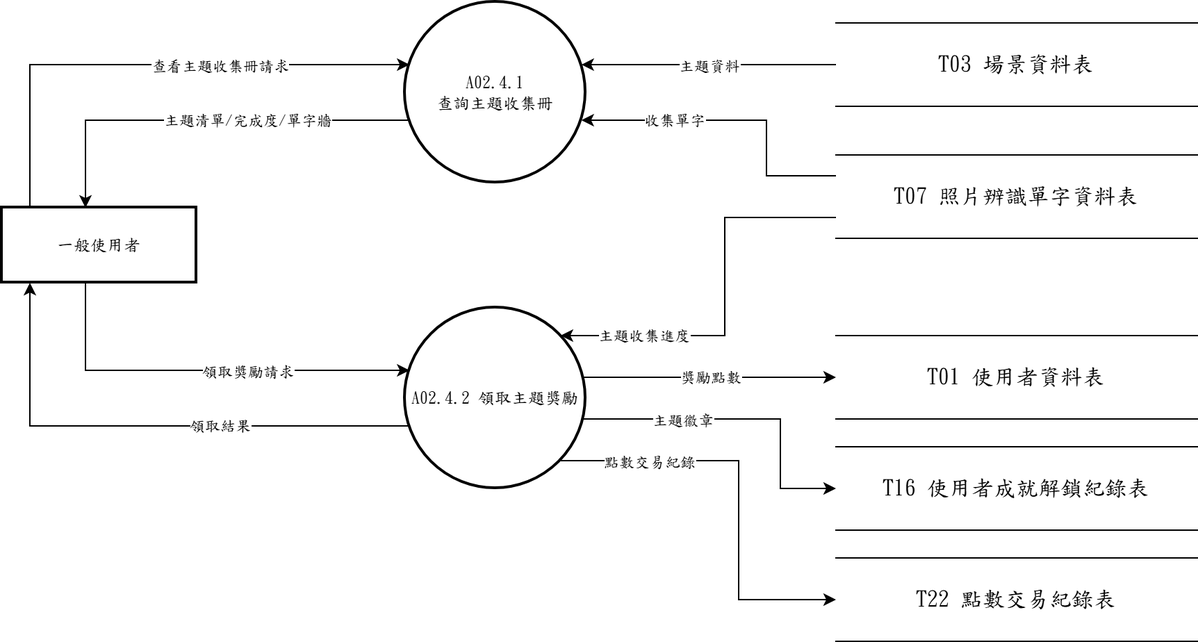
Before: 系統文件/第6章/DFD圖/圖2/新/圖2.4.drawio.png, a diagram exported from draw.io (s22452007/115502). Source tidied: cells renumbered, new cells last; positions are measured from the earlier drawing's top-left corner, leaving out a move shared by most shapes.
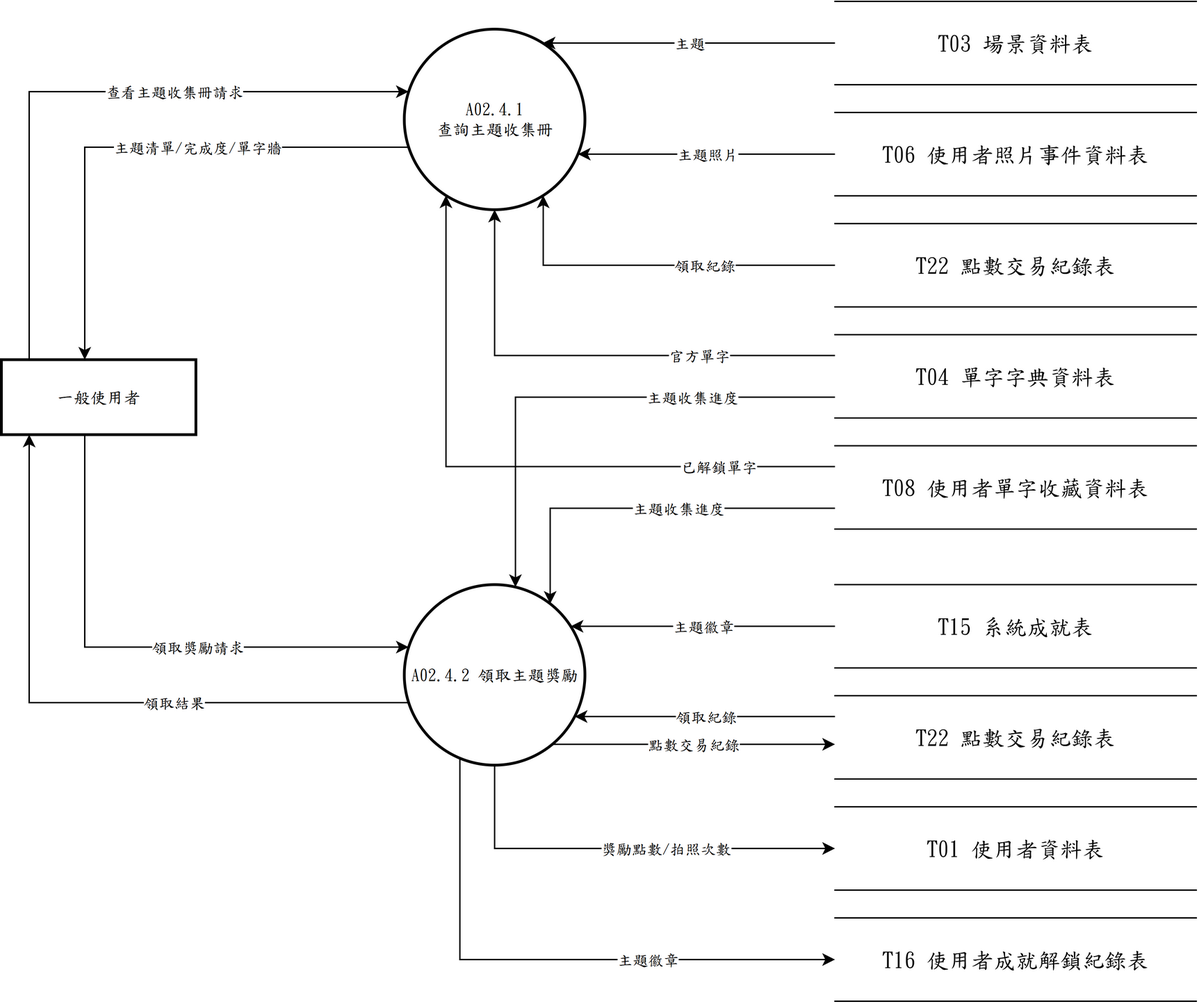
The same file after the commit.

Diff of the diagram source:
```diff
@@ -3,33 +3,30 @@
     <mxCell id="0" />
     <mxCell id="1" parent="0" />
     <mxCell id="2" value="一般使用者" style="whiteSpace=wrap;strokeWidth=2;fontFamily=標楷體;" parent="1" vertex="1">
-      <mxGeometry y="148" width="140" height="54" as="geometry" />
+      <mxGeometry y="258" width="140" height="54" as="geometry" />
     </mxCell>
     <mxCell id="3" value="A02.4.1&#10;查詢主題收集冊" style="ellipse;strokeWidth=2;whiteSpace=wrap;fontFamily=標楷體;" parent="1" vertex="1">
-      <mxGeometry x="290" width="130" height="130" as="geometry" />
+      <mxGeometry x="290" y="20" width="130" height="130" as="geometry" />
     </mxCell>
     <mxCell id="4" value="A02.4.2 領取主題獎勵" style="ellipse;strokeWidth=2;whiteSpace=wrap;fontFamily=標楷體;" parent="1" vertex="1">
-      <mxGeometry x="290" y="220" width="130" height="130" as="geometry" />
+      <mxGeometry x="290" y="420" width="130" height="130" as="geometry" />
     </mxCell>
     <mxCell id="5" value="&lt;span lang=&quot;EN-US&quot; style=&quot;font-size: 12pt;&quot;&gt;T03&amp;nbsp;&lt;/span&gt;&lt;span style=&quot;font-size: 12pt;&quot;&gt;場景資料表&lt;/span&gt;" style="shape=partialRectangle;whiteSpace=wrap;html=1;left=0;right=0;fontFamily=標楷體;" parent="1" vertex="1">
-      <mxGeometry x="600" y="15" width="260" height="60" as="geometry" />
+      <mxGeometry x="600" width="260" height="60" as="geometry" />
     </mxCell>
-    <mxCell id="6" value="&lt;span lang=&quot;EN-US&quot; style=&quot;font-size: 12pt;&quot;&gt;T07&amp;nbsp;&lt;/span&gt;&lt;span style=&quot;font-size: 12pt;&quot;&gt;照片辨識單字資料表&lt;/span&gt;" style="shape=partialRectangle;whiteSpace=wrap;html=1;left=0;right=0;fontFamily=標楷體;" parent="1" vertex="1">
-      <mxGeometry x="600" y="110" width="260" height="60" as="geometry" />
-    </mxCell>
     <mxCell id="7" value="&lt;span lang=&quot;EN-US&quot; style=&quot;font-size: 12pt;&quot;&gt;T01&amp;nbsp;&lt;/span&gt;&lt;span style=&quot;font-size: 12pt;&quot;&gt;使用者資料表&lt;/span&gt;" style="shape=partialRectangle;whiteSpace=wrap;html=1;left=0;right=0;fontFamily=標楷體;" parent="1" vertex="1">
-      <mxGeometry x="600" y="240" width="260" height="60" as="geometry" />
+      <mxGeometry x="600" y="580" width="260" height="60" as="geometry" />
     </mxCell>
     <mxCell id="8" value="&lt;span lang=&quot;EN-US&quot; style=&quot;font-size: 12pt;&quot;&gt;T16&amp;nbsp;&lt;/span&gt;&lt;span style=&quot;font-size: 12pt;&quot;&gt;使用者成就解鎖紀錄表&lt;/span&gt;" style="shape=partialRectangle;whiteSpace=wrap;html=1;left=0;right=0;fontFamily=標楷體;" parent="1" vertex="1">
-      <mxGeometry x="600" y="320" width="260" height="60" as="geometry" />
+      <mxGeometry x="600" y="660" width="260" height="60" as="geometry" />
     </mxCell>
     <mxCell id="9" value="&lt;span lang=&quot;EN-US&quot; style=&quot;font-size: 12pt;&quot;&gt;T22&amp;nbsp;&lt;/span&gt;&lt;span style=&quot;font-size: 12pt;&quot;&gt;點數交易紀錄表&lt;/span&gt;" style="shape=partialRectangle;whiteSpace=wrap;html=1;left=0;right=0;fontFamily=標楷體;" parent="1" vertex="1">
-      <mxGeometry x="600" y="400" width="260" height="60" as="geometry" />
+      <mxGeometry x="600" y="500" width="260" height="60" as="geometry" />
     </mxCell>
     <mxCell id="10" style="edgeStyle=orthogonalEdgeStyle;rounded=0;jettySize=auto;html=1;exitX=0.1429;exitY=0.0000;exitDx=0;exitDy=0;exitPerimeter=0;entryX=0.0243;entryY=0.3462;entryDx=0;entryDy=0;entryPerimeter=0;" parent="1" edge="1" source="2" target="3">
       <mxGeometry relative="1" as="geometry">
         <Array as="points">
-          <mxPoint x="20" y="45" />
+          <mxPoint x="20" y="65" />
         </Array>
       </mxGeometry>
     </mxCell>
@@ -39,7 +36,7 @@
     <mxCell id="12" style="edgeStyle=orthogonalEdgeStyle;rounded=0;jettySize=auto;html=1;exitX=0.0243;exitY=0.6538;exitDx=0;exitDy=0;exitPerimeter=0;entryX=0.4286;entryY=0.0000;entryDx=0;entryDy=0;entryPerimeter=0;" parent="1" edge="1" source="3" target="2">
       <mxGeometry relative="1" as="geometry">
         <Array as="points">
-          <mxPoint x="60" y="85" />
+          <mxPoint x="60" y="105" />
         </Array>
       </mxGeometry>
     </mxCell>
@@ -49,7 +46,7 @@
     <mxCell id="14" style="edgeStyle=orthogonalEdgeStyle;rounded=0;jettySize=auto;html=1;exitX=0.4286;exitY=1.0000;exitDx=0;exitDy=0;exitPerimeter=0;entryX=0.0243;entryY=0.3462;entryDx=0;entryDy=0;entryPerimeter=0;" parent="1" edge="1" source="2" target="4">
       <mxGeometry relative="1" as="geometry">
         <Array as="points">
-          <mxPoint x="60" y="265" />
+          <mxPoint x="60" y="465" />
         </Array>
       </mxGeometry>
     </mxCell>
@@ -59,68 +56,127 @@
     <mxCell id="16" style="edgeStyle=orthogonalEdgeStyle;rounded=0;jettySize=auto;html=1;exitX=0.0243;exitY=0.6538;exitDx=0;exitDy=0;exitPerimeter=0;entryX=0.1429;entryY=1.0000;entryDx=0;entryDy=0;entryPerimeter=0;" parent="1" edge="1" source="4" target="2">
       <mxGeometry relative="1" as="geometry">
         <Array as="points">
-          <mxPoint x="20" y="305" />
+          <mxPoint x="20" y="505" />
         </Array>
       </mxGeometry>
     </mxCell>
     <mxCell id="17" value="領取結果" style="edgeLabel;html=1;align=center;verticalAlign=middle;fontFamily=標楷體;" parent="16" vertex="1">
       <mxGeometry x="-0.27" relative="1" as="geometry" />
     </mxCell>
-    <mxCell id="18" style="edgeStyle=orthogonalEdgeStyle;rounded=0;jettySize=auto;html=1;exitX=0.0000;exitY=0.5000;exitDx=0;exitDy=0;exitPerimeter=0;entryX=0.9757;entryY=0.3462;entryDx=0;entryDy=0;entryPerimeter=0;" parent="1" edge="1" source="5" target="3">
+    <mxCell id="18" style="edgeStyle=orthogonalEdgeStyle;rounded=0;jettySize=auto;html=1;exitX=0.0000;exitY=0.5000;exitDx=0;exitDy=0;exitPerimeter=0;entryX=0.7665;entryY=0.0769;entryDx=0;entryDy=0;entryPerimeter=0;" parent="1" edge="1" source="5" target="3">
       <mxGeometry relative="1" as="geometry" />
     </mxCell>
-    <mxCell id="19" value="主題資料" style="edgeLabel;html=1;align=center;verticalAlign=middle;fontFamily=標楷體;" parent="18" vertex="1">
+    <mxCell id="19" value="主題" style="edgeLabel;html=1;align=center;verticalAlign=middle;fontFamily=標楷體;" parent="18" vertex="1">
       <mxGeometry relative="1" as="geometry" />
     </mxCell>
-    <mxCell id="20" style="edgeStyle=orthogonalEdgeStyle;rounded=0;jettySize=auto;html=1;exitX=0.0000;exitY=0.2500;exitDx=0;exitDy=0;exitPerimeter=0;entryX=0.9757;entryY=0.6538;entryDx=0;entryDy=0;entryPerimeter=0;" parent="1" edge="1" source="6" target="3">
-      <mxGeometry relative="1" as="geometry">
-        <Array as="points">
-          <mxPoint x="550" y="125" />
-          <mxPoint x="550" y="85" />
-        </Array>
-      </mxGeometry>
-    </mxCell>
-    <mxCell id="21" value="收集單字" style="edgeLabel;html=1;align=center;verticalAlign=middle;fontFamily=標楷體;" parent="20" vertex="1">
-      <mxGeometry x="0.4" relative="1" as="geometry" />
-    </mxCell>
-    <mxCell id="22" style="edgeStyle=orthogonalEdgeStyle;rounded=0;jettySize=auto;html=1;exitX=0.0000;exitY=0.7500;exitDx=0;exitDy=0;exitPerimeter=0;entryX=0.8608;entryY=0.1538;entryDx=0;entryDy=0;entryPerimeter=0;" parent="1" edge="1" source="6" target="4">
-      <mxGeometry relative="1" as="geometry">
-        <Array as="points">
-          <mxPoint x="520" y="155" />
-          <mxPoint x="520" y="240" />
-        </Array>
-      </mxGeometry>
-    </mxCell>
-    <mxCell id="23" value="主題收集進度" style="edgeLabel;html=1;align=center;verticalAlign=middle;fontFamily=標楷體;" parent="22" vertex="1">
-      <mxGeometry x="0.58" relative="1" as="geometry" />
-    </mxCell>
-    <mxCell id="24" style="edgeStyle=orthogonalEdgeStyle;rounded=0;jettySize=auto;html=1;exitX=0.9865;exitY=0.3846;exitDx=0;exitDy=0;exitPerimeter=0;entryX=0.0000;entryY=0.5000;entryDx=0;entryDy=0;entryPerimeter=0;" parent="1" edge="1" source="4" target="7">
-      <mxGeometry relative="1" as="geometry" />
+    <mxCell id="24" style="edgeStyle=orthogonalEdgeStyle;rounded=0;jettySize=auto;html=1;exitX=0.5000;exitY=1.0000;exitDx=0;exitDy=0;exitPerimeter=0;entryX=0.0000;entryY=0.5000;entryDx=0;entryDy=0;entryPerimeter=0;" parent="1" edge="1" source="4" target="7">
+      <mxGeometry relative="1" as="geometry">
+        <Array as="points">
+          <mxPoint x="355" y="610" />
+        </Array>
+      </mxGeometry>
     </mxCell>
-    <mxCell id="25" value="獎勵點數" style="edgeLabel;html=1;align=center;verticalAlign=middle;fontFamily=標楷體;" parent="24" vertex="1">
-      <mxGeometry relative="1" as="geometry" />
+    <mxCell id="25" value="獎勵點數/拍照次數" style="edgeLabel;html=1;align=center;verticalAlign=middle;fontFamily=標楷體;" parent="24" vertex="1">
+      <mxGeometry x="0.2" relative="1" as="geometry" />
     </mxCell>
-    <mxCell id="26" style="edgeStyle=orthogonalEdgeStyle;rounded=0;jettySize=auto;html=1;exitX=0.9865;exitY=0.6154;exitDx=0;exitDy=0;exitPerimeter=0;entryX=0.0000;entryY=0.5000;entryDx=0;entryDy=0;entryPerimeter=0;" parent="1" edge="1" source="4" target="8">
+    <mxCell id="26" style="edgeStyle=orthogonalEdgeStyle;rounded=0;jettySize=auto;html=1;exitX=0.3077;exitY=0.9615;exitDx=0;exitDy=0;exitPerimeter=0;entryX=0.0000;entryY=0.5000;entryDx=0;entryDy=0;entryPerimeter=0;" parent="1" edge="1" source="4" target="8">
       <mxGeometry relative="1" as="geometry">
         <Array as="points">
-          <mxPoint x="560" y="300" />
-          <mxPoint x="560" y="350" />
+          <mxPoint x="330" y="690" />
         </Array>
       </mxGeometry>
     </mxCell>
     <mxCell id="27" value="主題徽章" style="edgeLabel;html=1;align=center;verticalAlign=middle;fontFamily=標楷體;" parent="26" vertex="1">
-      <mxGeometry x="-0.39" relative="1" as="geometry" />
+      <mxGeometry x="0.35" relative="1" as="geometry" />
     </mxCell>
-    <mxCell id="28" style="edgeStyle=orthogonalEdgeStyle;rounded=0;jettySize=auto;html=1;exitX=0.8608;exitY=0.8462;exitDx=0;exitDy=0;exitPerimeter=0;entryX=0.0000;entryY=0.5000;entryDx=0;entryDy=0;entryPerimeter=0;" parent="1" edge="1" source="4" target="9">
-      <mxGeometry relative="1" as="geometry">
-        <Array as="points">
-          <mxPoint x="530" y="330" />
-          <mxPoint x="530" y="430" />
-        </Array>
-      </mxGeometry>
+    <mxCell id="28" style="edgeStyle=orthogonalEdgeStyle;rounded=0;jettySize=auto;html=1;exitX=0.8195;exitY=0.8846;exitDx=0;exitDy=0;exitPerimeter=0;entryX=0.0000;entryY=0.5833;entryDx=0;entryDy=0;entryPerimeter=0;" parent="1" edge="1" source="4" target="9">
+      <mxGeometry relative="1" as="geometry" />
     </mxCell>
     <mxCell id="29" value="點數交易紀錄" style="edgeLabel;html=1;align=center;verticalAlign=middle;fontFamily=標楷體;" parent="28" vertex="1">
-      <mxGeometry x="-0.57" relative="1" as="geometry" />
+      <mxGeometry relative="1" as="geometry" />
     </mxCell>
+    <mxCell id="30" value="&lt;span lang=&quot;EN-US&quot; style=&quot;font-size: 12pt;&quot;&gt;T06&amp;nbsp;&lt;/span&gt;&lt;span style=&quot;font-size: 12pt;&quot;&gt;使用者照片事件資料表&lt;/span&gt;" style="shape=partialRectangle;whiteSpace=wrap;html=1;left=0;right=0;fontFamily=標楷體;" parent="1" vertex="1">
+      <mxGeometry x="600" y="80" width="260" height="60" as="geometry" />
+    </mxCell>
+    <mxCell id="31" value="&lt;span lang=&quot;EN-US&quot; style=&quot;font-size: 12pt;&quot;&gt;T22&amp;nbsp;&lt;/span&gt;&lt;span style=&quot;font-size: 12pt;&quot;&gt;點數交易紀錄表&lt;/span&gt;" style="shape=partialRectangle;whiteSpace=wrap;html=1;left=0;right=0;fontFamily=標楷體;" parent="1" vertex="1">
+      <mxGeometry x="600" y="160" width="260" height="60" as="geometry" />
+    </mxCell>
+    <mxCell id="32" value="&lt;span lang=&quot;EN-US&quot; style=&quot;font-size: 12pt;&quot;&gt;T04&amp;nbsp;&lt;/span&gt;&lt;span style=&quot;font-size: 12pt;&quot;&gt;單字字典資料表&lt;/span&gt;" style="shape=partialRectangle;whiteSpace=wrap;html=1;left=0;right=0;fontFamily=標楷體;" parent="1" vertex="1">
+      <mxGeometry x="600" y="240" width="260" height="60" as="geometry" />
+    </mxCell>
+    <mxCell id="33" value="&lt;span lang=&quot;EN-US&quot; style=&quot;font-size: 12pt;&quot;&gt;T08&amp;nbsp;&lt;/span&gt;&lt;span style=&quot;font-size: 12pt;&quot;&gt;使用者單字收藏資料表&lt;/span&gt;" style="shape=partialRectangle;whiteSpace=wrap;html=1;left=0;right=0;fontFamily=標楷體;" parent="1" vertex="1">
+      <mxGeometry x="600" y="320" width="260" height="60" as="geometry" />
+    </mxCell>
+    <mxCell id="34" value="&lt;span lang=&quot;EN-US&quot; style=&quot;font-size: 12pt;&quot;&gt;T15&amp;nbsp;&lt;/span&gt;&lt;span style=&quot;font-size: 12pt;&quot;&gt;系統成就表&lt;/span&gt;" style="shape=partialRectangle;whiteSpace=wrap;html=1;left=0;right=0;fontFamily=標楷體;" parent="1" vertex="1">
+      <mxGeometry x="600" y="420" width="260" height="60" as="geometry" />
+    </mxCell>
+    <mxCell id="35" style="edgeStyle=orthogonalEdgeStyle;rounded=0;jettySize=auto;html=1;exitX=0.0000;exitY=0.5000;exitDx=0;exitDy=0;exitPerimeter=0;entryX=0.9615;entryY=0.6923;entryDx=0;entryDy=0;entryPerimeter=0;" parent="1" edge="1" source="30" target="3">
+      <mxGeometry relative="1" as="geometry" />
+    </mxCell>
+    <mxCell id="36" value="主題照片" style="edgeLabel;html=1;align=center;verticalAlign=middle;fontFamily=標楷體;" parent="35" vertex="1">
+      <mxGeometry relative="1" as="geometry" />
+    </mxCell>
+    <mxCell id="37" style="edgeStyle=orthogonalEdgeStyle;rounded=0;jettySize=auto;html=1;exitX=0.0000;exitY=0.5000;exitDx=0;exitDy=0;exitPerimeter=0;entryX=0.7692;entryY=0.9213;entryDx=0;entryDy=0;entryPerimeter=0;" parent="1" edge="1" source="31" target="3">
+      <mxGeometry relative="1" as="geometry">
+        <Array as="points">
+          <mxPoint x="390" y="190" />
+        </Array>
+      </mxGeometry>
+    </mxCell>
+    <mxCell id="38" value="領取紀錄" style="edgeLabel;html=1;align=center;verticalAlign=middle;fontFamily=標楷體;" parent="37" vertex="1">
+      <mxGeometry x="-0.27" relative="1" as="geometry" />
+    </mxCell>
+    <mxCell id="39" style="edgeStyle=orthogonalEdgeStyle;rounded=0;jettySize=auto;html=1;exitX=0.0000;exitY=0.2500;exitDx=0;exitDy=0;exitPerimeter=0;entryX=0.5000;entryY=1.0000;entryDx=0;entryDy=0;entryPerimeter=0;" parent="1" edge="1" source="32" target="3">
+      <mxGeometry relative="1" as="geometry">
+        <Array as="points">
+          <mxPoint x="355" y="255" />
+        </Array>
+      </mxGeometry>
+    </mxCell>
+    <mxCell id="40" value="官方單字" style="edgeLabel;html=1;align=center;verticalAlign=middle;fontFamily=標楷體;" parent="39" vertex="1">
+      <mxGeometry x="-0.44" relative="1" as="geometry" />
+    </mxCell>
+    <mxCell id="41" style="edgeStyle=orthogonalEdgeStyle;rounded=0;jettySize=auto;html=1;exitX=0.0000;exitY=0.2500;exitDx=0;exitDy=0;exitPerimeter=0;entryX=0.2308;entryY=0.9213;entryDx=0;entryDy=0;entryPerimeter=0;" parent="1" edge="1" source="33" target="3">
+      <mxGeometry relative="1" as="geometry">
+        <Array as="points">
+          <mxPoint x="320" y="335" />
+        </Array>
+      </mxGeometry>
+    </mxCell>
+    <mxCell id="42" value="已解鎖單字" style="edgeLabel;html=1;align=center;verticalAlign=middle;fontFamily=標楷體;" parent="41" vertex="1">
+      <mxGeometry x="-0.65" relative="1" as="geometry" />
+    </mxCell>
+    <mxCell id="43" style="edgeStyle=orthogonalEdgeStyle;rounded=0;jettySize=auto;html=1;exitX=0.0000;exitY=0.7500;exitDx=0;exitDy=0;exitPerimeter=0;entryX=0.6154;entryY=0.0135;entryDx=0;entryDy=0;entryPerimeter=0;" parent="1" edge="1" source="32" target="4">
+      <mxGeometry relative="1" as="geometry">
+        <Array as="points">
+          <mxPoint x="370" y="285" />
+        </Array>
+      </mxGeometry>
+    </mxCell>
+    <mxCell id="44" value="主題收集進度" style="edgeLabel;html=1;align=center;verticalAlign=middle;fontFamily=標楷體;" parent="43" vertex="1">
+      <mxGeometry x="-0.44" relative="1" as="geometry" />
+    </mxCell>
+    <mxCell id="45" style="edgeStyle=orthogonalEdgeStyle;rounded=0;jettySize=auto;html=1;exitX=0.0000;exitY=0.7500;exitDx=0;exitDy=0;exitPerimeter=0;entryX=0.8077;entryY=0.1059;entryDx=0;entryDy=0;entryPerimeter=0;" parent="1" edge="1" source="33" target="4">
+      <mxGeometry relative="1" as="geometry">
+        <Array as="points">
+          <mxPoint x="395" y="365" />
+        </Array>
+      </mxGeometry>
+    </mxCell>
+    <mxCell id="46" value="主題收集進度" style="edgeLabel;html=1;align=center;verticalAlign=middle;fontFamily=標楷體;" parent="45" vertex="1">
+      <mxGeometry x="-0.18" relative="1" as="geometry" />
+    </mxCell>
+    <mxCell id="47" style="edgeStyle=orthogonalEdgeStyle;rounded=0;jettySize=auto;html=1;exitX=0.0000;exitY=0.5000;exitDx=0;exitDy=0;exitPerimeter=0;entryX=0.9213;entryY=0.2308;entryDx=0;entryDy=0;entryPerimeter=0;" parent="1" edge="1" source="34" target="4">
+      <mxGeometry relative="1" as="geometry" />
+    </mxCell>
+    <mxCell id="48" value="主題徽章" style="edgeLabel;html=1;align=center;verticalAlign=middle;fontFamily=標楷體;" parent="47" vertex="1">
+      <mxGeometry relative="1" as="geometry" />
+    </mxCell>
+    <mxCell id="49" style="edgeStyle=orthogonalEdgeStyle;rounded=0;jettySize=auto;html=1;exitX=0.0000;exitY=0.2500;exitDx=0;exitDy=0;exitPerimeter=0;entryX=0.9436;entryY=0.7308;entryDx=0;entryDy=0;entryPerimeter=0;" parent="1" edge="1" source="9" target="4">
+      <mxGeometry relative="1" as="geometry" />
+    </mxCell>
+    <mxCell id="50" value="領取紀錄" style="edgeLabel;html=1;align=center;verticalAlign=middle;fontFamily=標楷體;" parent="49" vertex="1">
+      <mxGeometry relative="1" as="geometry" />
+    </mxCell>
   </root>
 </mxGraphModel>
```
